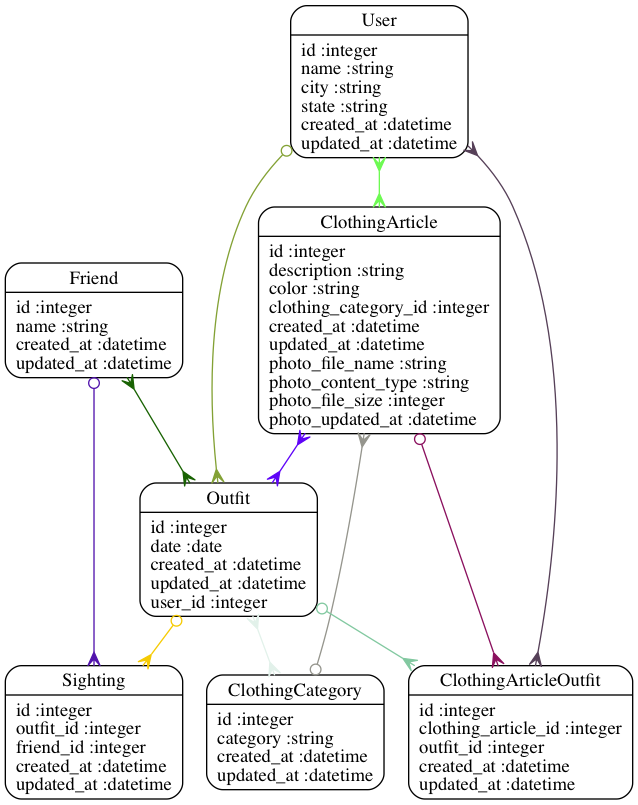
Above: models.png in kamoh/outfittracker (Graphviz), before the change. Its source is kept beside it as models.dot.
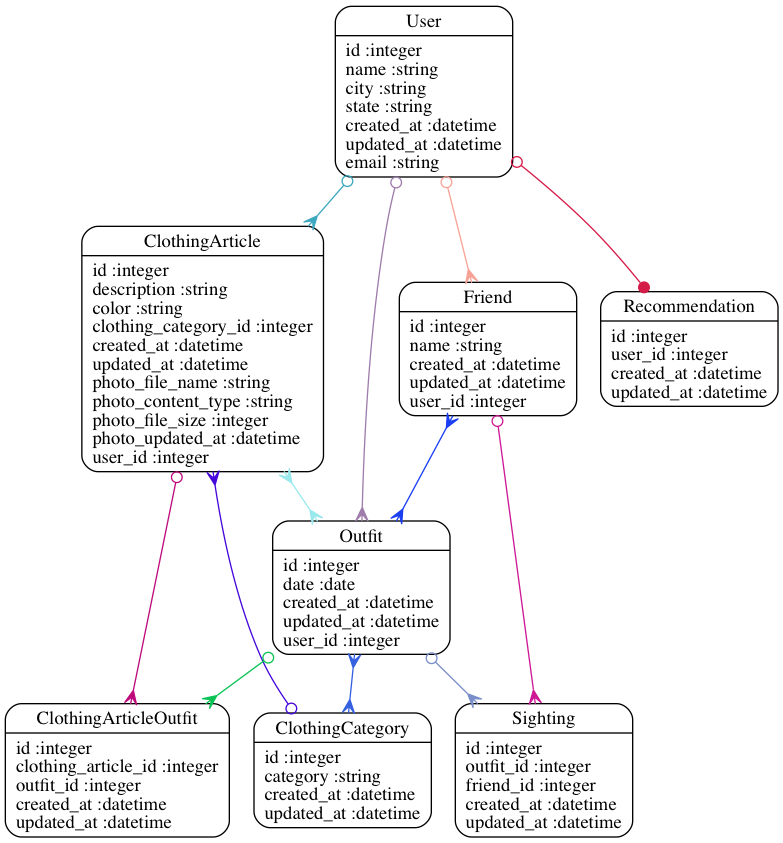
The same diagram one commit later.

Commit message:
delete sandals and add friend as nested resource

What changed in the source:
```diff
@@ -1,21 +1,23 @@
 digraph models_diagram {
 	graph[overlap=false, splines=true]
-	"ClothingArticle" [shape=Mrecord, label="{ClothingArticle|id :integer\ldescription :string\lcolor :string\lclothing_category_id :integer\lcreated_at :datetime\lupdated_at :datetime\lphoto_file_name :string\lphoto_content_type :string\lphoto_file_size :integer\lphoto_updated_at :datetime\l}"]
+	"ClothingArticle" [shape=Mrecord, label="{ClothingArticle|id :integer\ldescription :string\lcolor :string\lclothing_category_id :integer\lcreated_at :datetime\lupdated_at :datetime\lphoto_file_name :string\lphoto_content_type :string\lphoto_file_size :integer\lphoto_updated_at :datetime\luser_id :integer\l}"]
 	"ClothingArticleOutfit" [shape=Mrecord, label="{ClothingArticleOutfit|id :integer\lclothing_article_id :integer\loutfit_id :integer\lcreated_at :datetime\lupdated_at :datetime\l}"]
 	"ClothingCategory" [shape=Mrecord, label="{ClothingCategory|id :integer\lcategory :string\lcreated_at :datetime\lupdated_at :datetime\l}"]
-	"Friend" [shape=Mrecord, label="{Friend|id :integer\lname :string\lcreated_at :datetime\lupdated_at :datetime\l}"]
+	"Friend" [shape=Mrecord, label="{Friend|id :integer\lname :string\lcreated_at :datetime\lupdated_at :datetime\luser_id :integer\l}"]
 	"Outfit" [shape=Mrecord, label="{Outfit|id :integer\ldate :date\lcreated_at :datetime\lupdated_at :datetime\luser_id :integer\l}"]
+	"Recommendation" [shape=Mrecord, label="{Recommendation|id :integer\luser_id :integer\lcreated_at :datetime\lupdated_at :datetime\l}"]
 	"Sighting" [shape=Mrecord, label="{Sighting|id :integer\loutfit_id :integer\lfriend_id :integer\lcreated_at :datetime\lupdated_at :datetime\l}"]
-	"User" [shape=Mrecord, label="{User|id :integer\lname :string\lcity :string\lstate :string\lcreated_at :datetime\lupdated_at :datetime\l}"]
-	"ClothingArticle" -> "ClothingArticleOutfit" [arrowtail=odot, arrowhead=crow, dir=both color="#8A105E"]
-	"ClothingArticle" -> "Outfit" [arrowtail=crow, arrowhead=crow, dir=both color="#5E03F7"]
-	"ClothingCategory" -> "ClothingArticle" [arrowtail=odot, arrowhead=crow, dir=both color="#95958D"]
-	"Friend" -> "Sighting" [arrowtail=odot, arrowhead=crow, dir=both color="#5113AC"]
-	"Friend" -> "Outfit" [arrowtail=crow, arrowhead=crow, dir=both color="#186202"]
-	"Outfit" -> "ClothingArticleOutfit" [arrowtail=odot, arrowhead=crow, dir=both color="#82C8A0"]
-	"Outfit" -> "ClothingCategory" [arrowtail=crow, arrowhead=crow, dir=both color="#E2F1EA"]
-	"Outfit" -> "Sighting" [arrowtail=odot, arrowhead=crow, dir=both color="#F5CA03"]
-	"User" -> "Outfit" [arrowtail=odot, arrowhead=crow, dir=both color="#83A135"]
-	"User" -> "ClothingArticleOutfit" [arrowtail=crow, arrowhead=crow, dir=both color="#564058"]
-	"User" -> "ClothingArticle" [arrowtail=crow, arrowhead=crow, dir=both color="#6DFA52"]
+	"User" [shape=Mrecord, label="{User|id :integer\lname :string\lcity :string\lstate :string\lcreated_at :datetime\lupdated_at :datetime\lemail :string\l}"]
+	"ClothingArticle" -> "ClothingArticleOutfit" [arrowtail=odot, arrowhead=crow, dir=both color="#BD0B7B"]
+	"ClothingArticle" -> "Outfit" [arrowtail=crow, arrowhead=crow, dir=both color="#99E9EC"]
+	"ClothingCategory" -> "ClothingArticle" [arrowtail=odot, arrowhead=crow, dir=both color="#4507D9"]
+	"Friend" -> "Sighting" [arrowtail=odot, arrowhead=crow, dir=both color="#CD1895"]
+	"Friend" -> "Outfit" [arrowtail=crow, arrowhead=crow, dir=both color="#1A3EF2"]
+	"Outfit" -> "ClothingArticleOutfit" [arrowtail=odot, arrowhead=crow, dir=both color="#0BC355"]
+	"Outfit" -> "ClothingCategory" [arrowtail=crow, arrowhead=crow, dir=both color="#3560E0"]
+	"Outfit" -> "Sighting" [arrowtail=odot, arrowhead=crow, dir=both color="#788DC9"]
+	"User" -> "Outfit" [arrowtail=odot, arrowhead=crow, dir=both color="#9F7CAC"]
+	"User" -> "ClothingArticle" [arrowtail=odot, arrowhead=crow, dir=both color="#3EA7C0"]
+	"User" -> "Friend" [arrowtail=odot, arrowhead=crow, dir=both color="#F7A297"]
+	"User" -> "Recommendation" [arrowtail=odot, arrowhead=dot, dir=both color="#D51B48"]
 }
```
